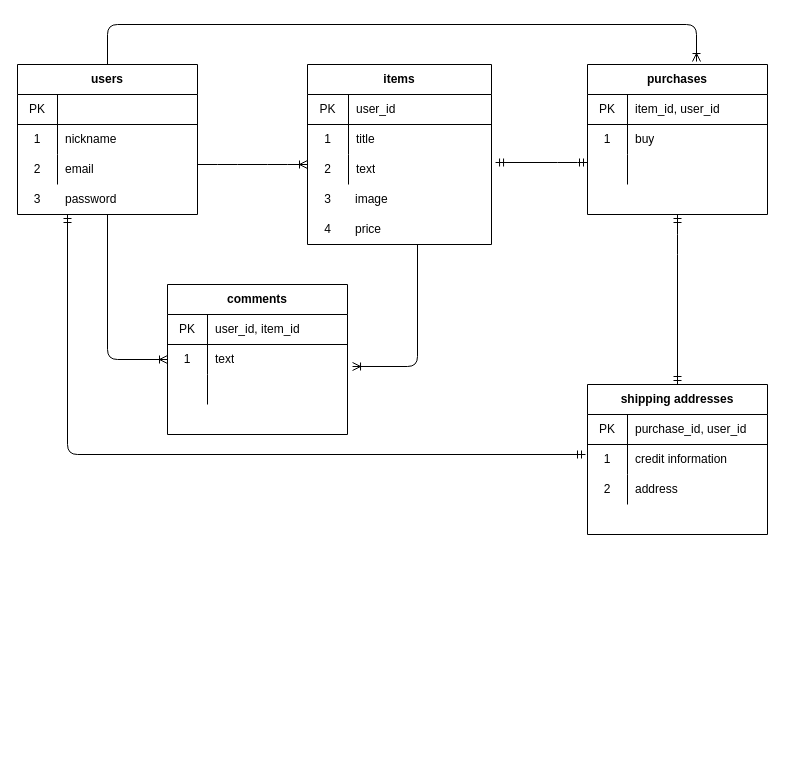
Before: er.drawio in kokorouruou/furima-34713, a draw.io diagram. Source tidied: cells renumbered, new cells numbered last; positions are measured from the earlier drawing's top-left corner, leaving out a move shared by most shapes. Both pictures are drawn from the tidied source at 100%, with x=0, y=0 at pixel (17, 24).
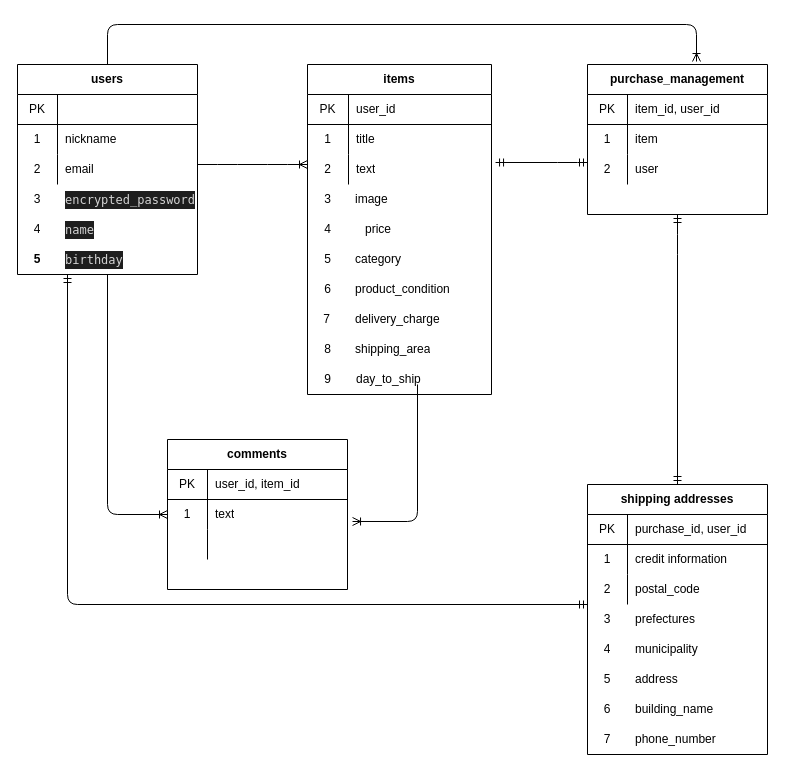
The same diagram, later.

Commit message (it also covers changes not shown here):
ER図、README作成（修正）

Unchanged cells that the change refers to:
```xml
<mxCell id="16" style="shape=partialRectangle;html=1;whiteSpace=wrap;fillColor=none;top=0;left=0;bottom=0;right=0;points=[[0,0.5],[1,0.5]];portConstraint=eastwest;" parent="12" vertex="1">
  <mxGeometry y="60" width="180" height="30" as="geometry" />
</mxCell>
<mxCell id="26" style="shape=partialRectangle;html=1;whiteSpace=wrap;fillColor=none;top=0;left=0;bottom=0;right=0;" parent="22" vertex="1">
  <mxGeometry y="60" width="180" height="30" as="geometry" />
</mxCell>
<mxCell id="54" style="shape=partialRectangle;html=1;whiteSpace=wrap;fillColor=none;top=0;left=0;bottom=0;right=0;" parent="47" vertex="1">
  <mxGeometry y="90" width="180" height="30" as="geometry" />
</mxCell>
```

What changed in the source:
```diff
@@
     <mxCell id="2" value="items" style="shape=table;html=1;whiteSpace=wrap;startSize=30;childLayout=tableLayout;rowLines=0;fontStyle=1;align=center;" parent="1" vertex="1">
-      <mxGeometry x="290" y="40" width="184" height="180" as="geometry" />
+      <mxGeometry x="290" y="40" width="184" height="330" as="geometry" />
     </mxCell>
@@
     <mxCell id="12" value="comments" style="shape=table;html=1;whiteSpace=wrap;startSize=30;childLayout=tableLayout;rowLines=0;fontStyle=1;align=center;" parent="1" vertex="1">
-      <mxGeometry x="150" y="260" width="180" height="150" as="geometry" />
+      <mxGeometry x="150" y="415" width="180" height="150" as="geometry" />
     </mxCell>
@@
-    <mxCell id="22" value="purchases" style="shape=table;html=1;whiteSpace=wrap;startSize=30;childLayout=tableLayout;rowLines=0;fontStyle=1;align=center;" parent="1" vertex="1">
+    <mxCell id="22" value="purchase_management" style="shape=table;html=1;whiteSpace=wrap;startSize=30;childLayout=tableLayout;rowLines=0;fontStyle=1;align=center;" parent="1" vertex="1">
       <mxGeometry x="570" y="40" width="180" height="150" as="geometry" />
     </mxCell>
@@
-    <mxCell id="28" value="buy" style="shape=partialRectangle;html=1;whiteSpace=wrap;fillColor=none;top=0;left=0;bottom=0;right=0;align=left;spacingLeft=6;overflow=hidden;" parent="26" vertex="1">
+    <mxCell id="28" style="shape=partialRectangle;html=1;whiteSpace=wrap;fillColor=none;top=0;left=0;bottom=0;right=0;align=left;spacingLeft=6;overflow=hidden;" parent="26" vertex="1">
       <mxGeometry x="40" width="140" height="30" as="geometry" />
     </mxCell>
@@
     <mxCell id="32" value="users" style="shape=table;html=1;whiteSpace=wrap;startSize=30;childLayout=tableLayout;rowLines=0;fontStyle=1;align=center;" parent="1" vertex="1">
-      <mxGeometry y="40" width="180" height="150" as="geometry" />
+      <mxGeometry y="40" width="180" height="210" as="geometry" />
     </mxCell>
@@
     <mxCell id="44" style="edgeStyle=orthogonalEdgeStyle;fontSize=12;html=1;endArrow=ERoneToMany;entryX=1.028;entryY=0.733;entryDx=0;entryDy=0;entryPerimeter=0;" parent="1" edge="1" target="16">
       <mxGeometry relative="1" as="geometry">
-        <mxPoint x="400" y="220" as="sourcePoint" />
+        <mxPoint x="400" y="360" as="sourcePoint" />
         <Array as="points">
-          <mxPoint x="400" y="342" />
+          <mxPoint x="400" y="497" />
         </Array>
       </mxGeometry>
     </mxCell>
@@
     <mxCell id="47" value="shipping addresses" style="shape=table;html=1;whiteSpace=wrap;startSize=30;childLayout=tableLayout;rowLines=0;fontStyle=1;align=center;" parent="1" vertex="1">
-      <mxGeometry x="570" y="360" width="180" height="150" as="geometry" />
+      <mxGeometry x="570" y="460" width="180" height="270" as="geometry" />
     </mxCell>
@@
-    <mxCell id="56" value="address" style="shape=partialRectangle;html=1;whiteSpace=wrap;fillColor=none;top=0;left=0;bottom=0;right=0;align=left;spacingLeft=6;overflow=hidden;" parent="54" vertex="1">
+    <mxCell id="56" value="postal_code" style="shape=partialRectangle;html=1;whiteSpace=wrap;fillColor=none;top=0;left=0;bottom=0;right=0;align=left;spacingLeft=6;overflow=hidden;" parent="54" vertex="1">
       <mxGeometry x="40" width="140" height="30" as="geometry" />
     </mxCell>
@@
     <mxCell id="58" style="fontSize=12;html=1;endArrow=ERmandOne;startArrow=ERmandOne;" parent="1" edge="1">
       <mxGeometry relative="1" as="geometry">
-        <mxPoint x="568" y="430" as="sourcePoint" />
-        <mxPoint x="50" y="190" as="targetPoint" />
+        <mxPoint x="570" y="580" as="sourcePoint" />
+        <mxPoint x="50" y="250" as="targetPoint" />
         <Array as="points">
-          <mxPoint x="50" y="430" />
+          <mxPoint x="50" y="580" />
         </Array>
       </mxGeometry>
     </mxCell>
-    <mxCell id="59" value="password" style="shape=partialRectangle;html=1;whiteSpace=wrap;fillColor=none;top=0;left=0;bottom=0;right=0;align=left;spacingLeft=6;overflow=hidden;" parent="1" vertex="1">
+    <mxCell id="59" value="&lt;div style=&quot;color: rgb(212 , 212 , 212) ; background-color: rgb(30 , 30 , 30) ; font-family: &amp;#34;menlo&amp;#34; , &amp;#34;monaco&amp;#34; , &amp;#34;courier new&amp;#34; , monospace ; line-height: 18px&quot;&gt;encrypted_password&lt;/div&gt;" style="shape=partialRectangle;html=1;whiteSpace=wrap;fillColor=none;top=0;left=0;bottom=0;right=0;align=left;spacingLeft=6;overflow=hidden;" parent="1" vertex="1">
       <mxGeometry x="40" y="160" width="140" height="30" as="geometry" />
     </mxCell>
@@
     <mxCell id="64" value="price" style="shape=partialRectangle;html=1;whiteSpace=wrap;fillColor=none;top=0;left=0;bottom=0;right=0;align=left;spacingLeft=6;overflow=hidden;" parent="1" vertex="1">
-      <mxGeometry x="330" y="190" width="143" height="30" as="geometry" />
+      <mxGeometry x="340" y="190" width="143" height="30" as="geometry" />
     </mxCell>
+    <mxCell id="65" value="4" style="shape=partialRectangle;html=1;whiteSpace=wrap;fillColor=none;top=0;left=0;bottom=0;right=0;overflow=hidden;" parent="1" vertex="1">
+      <mxGeometry y="190" width="40" height="30" as="geometry" />
+    </mxCell>
+    <mxCell id="66" value="5" style="shape=partialRectangle;html=1;whiteSpace=wrap;fillColor=none;top=0;left=0;bottom=0;right=0;overflow=hidden;fontStyle=1;" parent="1" vertex="1">
+      <mxGeometry y="220" width="40" height="30" as="geometry" />
+    </mxCell>
+    <mxCell id="67" value="&lt;div style=&quot;color: rgb(212 , 212 , 212) ; background-color: rgb(30 , 30 , 30) ; font-family: &amp;#34;menlo&amp;#34; , &amp;#34;monaco&amp;#34; , &amp;#34;courier new&amp;#34; , monospace ; line-height: 18px&quot;&gt;name&lt;/div&gt;" style="shape=partialRectangle;html=1;whiteSpace=wrap;fillColor=none;top=0;left=0;bottom=0;right=0;align=left;spacingLeft=6;overflow=hidden;" parent="1" vertex="1">
+      <mxGeometry x="40" y="190" width="140" height="30" as="geometry" />
+    </mxCell>
+    <mxCell id="68" value="&lt;div style=&quot;color: rgb(212 , 212 , 212) ; background-color: rgb(30 , 30 , 30) ; font-family: &amp;#34;menlo&amp;#34; , &amp;#34;monaco&amp;#34; , &amp;#34;courier new&amp;#34; , monospace ; line-height: 18px&quot;&gt;birthday&lt;/div&gt;" style="shape=partialRectangle;html=1;whiteSpace=wrap;fillColor=none;top=0;left=0;bottom=0;right=0;align=left;spacingLeft=6;overflow=hidden;" parent="1" vertex="1">
+      <mxGeometry x="40" y="220" width="140" height="30" as="geometry" />
+    </mxCell>
+    <mxCell id="69" value="category" style="shape=partialRectangle;html=1;whiteSpace=wrap;fillColor=none;top=0;left=0;bottom=0;right=0;align=left;spacingLeft=6;overflow=hidden;" parent="1" vertex="1">
+      <mxGeometry x="330" y="220" width="143" height="30" as="geometry" />
+    </mxCell>
+    <mxCell id="70" value="product_condition" style="shape=partialRectangle;html=1;whiteSpace=wrap;fillColor=none;top=0;left=0;bottom=0;right=0;align=left;spacingLeft=6;overflow=hidden;" parent="1" vertex="1">
+      <mxGeometry x="330" y="250" width="143" height="30" as="geometry" />
+    </mxCell>
+    <mxCell id="71" value="delivery_charge&amp;nbsp;" style="shape=partialRectangle;html=1;whiteSpace=wrap;fillColor=none;top=0;left=0;bottom=0;right=0;align=left;spacingLeft=6;overflow=hidden;" parent="1" vertex="1">
+      <mxGeometry x="330" y="280" width="143" height="30" as="geometry" />
+    </mxCell>
+    <mxCell id="72" value="shipping_area" style="shape=partialRectangle;html=1;whiteSpace=wrap;fillColor=none;top=0;left=0;bottom=0;right=0;align=left;spacingLeft=6;overflow=hidden;" parent="1" vertex="1">
+      <mxGeometry x="330" y="310" width="143" height="30" as="geometry" />
+    </mxCell>
+    <mxCell id="73" value="day_to_ship" style="shape=partialRectangle;html=1;whiteSpace=wrap;fillColor=none;top=0;left=0;bottom=0;right=0;align=left;spacingLeft=6;overflow=hidden;" parent="1" vertex="1">
+      <mxGeometry x="331" y="340" width="143" height="30" as="geometry" />
+    </mxCell>
+    <mxCell id="74" value="5" style="shape=partialRectangle;html=1;whiteSpace=wrap;fillColor=none;top=0;left=0;bottom=0;right=0;overflow=hidden;" parent="1" vertex="1">
+      <mxGeometry x="290" y="220" width="41" height="30" as="geometry" />
+    </mxCell>
+    <mxCell id="75" value="6" style="shape=partialRectangle;html=1;whiteSpace=wrap;fillColor=none;top=0;left=0;bottom=0;right=0;overflow=hidden;" parent="1" vertex="1">
+      <mxGeometry x="290" y="250" width="41" height="30" as="geometry" />
+    </mxCell>
+    <mxCell id="76" value="7" style="shape=partialRectangle;html=1;whiteSpace=wrap;fillColor=none;top=0;left=0;bottom=0;right=0;overflow=hidden;" parent="1" vertex="1">
+      <mxGeometry x="289" y="280" width="41" height="30" as="geometry" />
+    </mxCell>
+    <mxCell id="77" value="8" style="shape=partialRectangle;html=1;whiteSpace=wrap;fillColor=none;top=0;left=0;bottom=0;right=0;overflow=hidden;" parent="1" vertex="1">
+      <mxGeometry x="290" y="310" width="41" height="30" as="geometry" />
+    </mxCell>
+    <mxCell id="78" value="9" style="shape=partialRectangle;html=1;whiteSpace=wrap;fillColor=none;top=0;left=0;bottom=0;right=0;overflow=hidden;" parent="1" vertex="1">
+      <mxGeometry x="290" y="340" width="41" height="30" as="geometry" />
+    </mxCell>
+    <mxCell id="79" value="item" style="shape=partialRectangle;html=1;whiteSpace=wrap;fillColor=none;top=0;left=0;bottom=0;right=0;align=left;spacingLeft=6;overflow=hidden;" parent="1" vertex="1">
+      <mxGeometry x="610" y="100" width="140" height="30" as="geometry" />
+    </mxCell>
+    <mxCell id="80" value="2" style="shape=partialRectangle;html=1;whiteSpace=wrap;fillColor=none;top=0;left=0;bottom=0;right=0;overflow=hidden;" parent="1" vertex="1">
+      <mxGeometry x="570" y="130" width="40" height="30" as="geometry" />
+    </mxCell>
+    <mxCell id="81" value="user" style="shape=partialRectangle;html=1;whiteSpace=wrap;fillColor=none;top=0;left=0;bottom=0;right=0;align=left;spacingLeft=6;overflow=hidden;" parent="1" vertex="1">
+      <mxGeometry x="610" y="130" width="140" height="30" as="geometry" />
+    </mxCell>
+    <mxCell id="82" value="prefectures" style="shape=partialRectangle;html=1;whiteSpace=wrap;fillColor=none;top=0;left=0;bottom=0;right=0;align=left;spacingLeft=6;overflow=hidden;" parent="1" vertex="1">
+      <mxGeometry x="610" y="580" width="140" height="30" as="geometry" />
+    </mxCell>
+    <mxCell id="83" value="municipality" style="shape=partialRectangle;html=1;whiteSpace=wrap;fillColor=none;top=0;left=0;bottom=0;right=0;align=left;spacingLeft=6;overflow=hidden;" parent="1" vertex="1">
+      <mxGeometry x="610" y="610" width="140" height="30" as="geometry" />
+    </mxCell>
+    <mxCell id="84" value="address" style="shape=partialRectangle;html=1;whiteSpace=wrap;fillColor=none;top=0;left=0;bottom=0;right=0;align=left;spacingLeft=6;overflow=hidden;" parent="1" vertex="1">
+      <mxGeometry x="610" y="640" width="140" height="30" as="geometry" />
+    </mxCell>
+    <mxCell id="85" value="building_name" style="shape=partialRectangle;html=1;whiteSpace=wrap;fillColor=none;top=0;left=0;bottom=0;right=0;align=left;spacingLeft=6;overflow=hidden;" parent="1" vertex="1">
+      <mxGeometry x="610" y="670" width="140" height="30" as="geometry" />
+    </mxCell>
+    <mxCell id="86" value="phone_number" style="shape=partialRectangle;html=1;whiteSpace=wrap;fillColor=none;top=0;left=0;bottom=0;right=0;align=left;spacingLeft=6;overflow=hidden;" parent="1" vertex="1">
+      <mxGeometry x="610" y="700" width="140" height="30" as="geometry" />
+    </mxCell>
+    <mxCell id="87" value="3" style="shape=partialRectangle;html=1;whiteSpace=wrap;fillColor=none;top=0;left=0;bottom=0;right=0;overflow=hidden;" parent="1" vertex="1">
+      <mxGeometry x="570" y="580" width="40" height="30" as="geometry" />
+    </mxCell>
+    <mxCell id="88" value="4" style="shape=partialRectangle;html=1;whiteSpace=wrap;fillColor=none;top=0;left=0;bottom=0;right=0;overflow=hidden;" parent="1" vertex="1">
+      <mxGeometry x="570" y="610" width="40" height="30" as="geometry" />
+    </mxCell>
+    <mxCell id="89" value="5" style="shape=partialRectangle;html=1;whiteSpace=wrap;fillColor=none;top=0;left=0;bottom=0;right=0;overflow=hidden;" parent="1" vertex="1">
+      <mxGeometry x="570" y="640" width="40" height="30" as="geometry" />
+    </mxCell>
+    <mxCell id="90" value="6" style="shape=partialRectangle;html=1;whiteSpace=wrap;fillColor=none;top=0;left=0;bottom=0;right=0;overflow=hidden;" parent="1" vertex="1">
+      <mxGeometry x="570" y="670" width="40" height="30" as="geometry" />
+    </mxCell>
+    <mxCell id="91" value="7" style="shape=partialRectangle;html=1;whiteSpace=wrap;fillColor=none;top=0;left=0;bottom=0;right=0;overflow=hidden;" parent="1" vertex="1">
+      <mxGeometry x="570" y="700" width="40" height="30" as="geometry" />
+    </mxCell>
```
